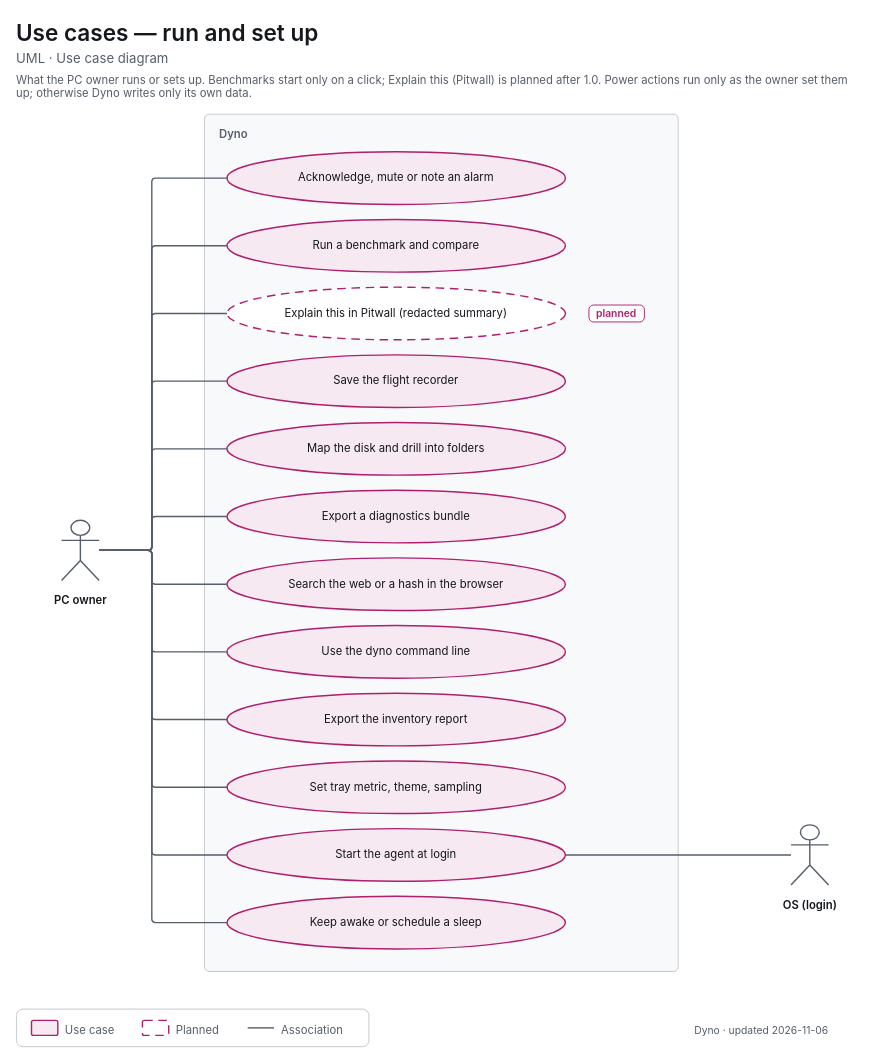
This is apps/dyno/diagrams/uml-use-cases-setup.drawio from decryp7/paddock, a draw.io file, before an edit. Source tidied: cells renumbered, new cells numbered last; positions are measured from the earlier drawing's top-left corner, leaving out a move shared by most shapes. Both pictures are drawn from the tidied source at 94%, with x=0, y=0 at pixel (16, 16).
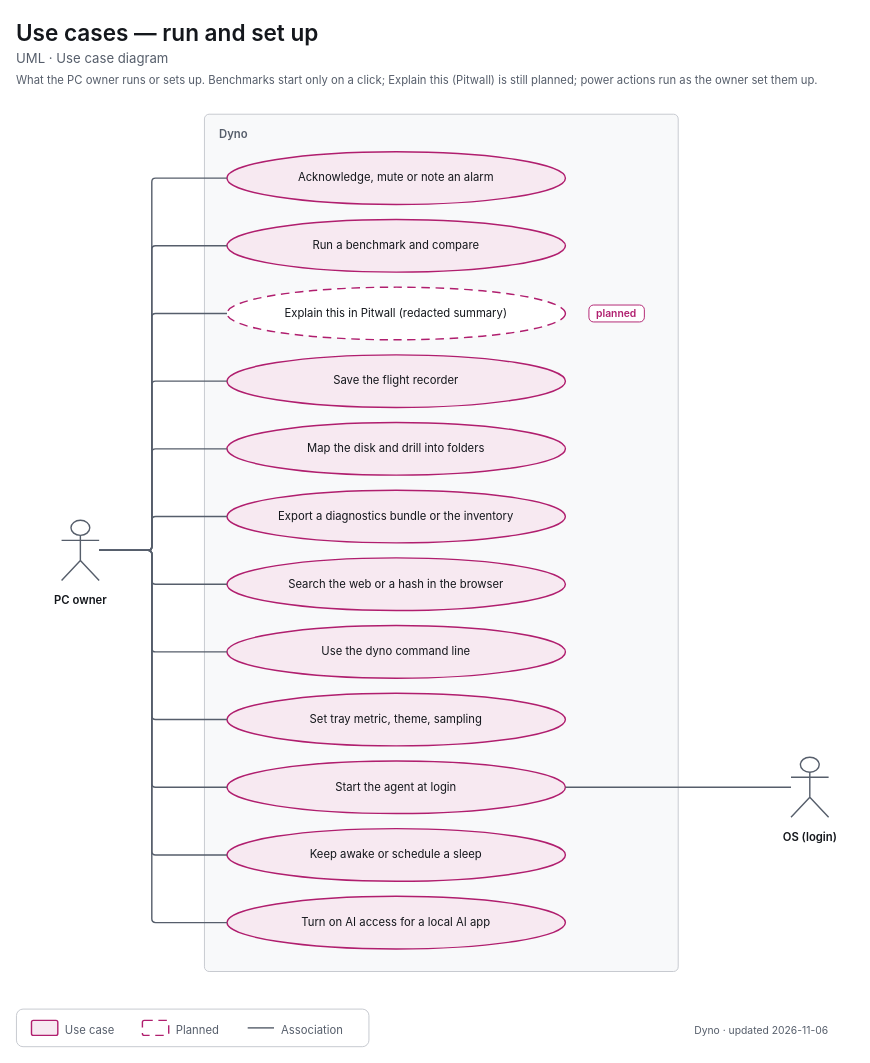
Above is the later version.

The edit, as a diff of the source:
```diff
@@
-    <mxCell id="4" value="&lt;span style=&quot;font-size:12px;font-weight:400&quot;&gt;What the PC owner runs or sets up. Benchmarks start only on a click; Explain this (Pitwall) is planned after 1.0. Power actions run only as the owner set them up; otherwise Dyno writes only its own data.&lt;/span&gt;" style="html=1;whiteSpace=wrap;fontFamily=-apple-system,BlinkMacSystemFont,Segoe UI,system-ui,sans-serif;fontSize=12;fontColor=light-dark(#14171C,#ECEEF1);text;strokeColor=none;fillColor=none;align=left;verticalAlign=top;spacing=0;fontColor=light-dark(#565E6B,#A0A7B2);" parent="1" vertex="1">
+    <mxCell id="4" value="&lt;span style=&quot;font-size:12px;font-weight:400&quot;&gt;What the PC owner runs or sets up. Benchmarks start only on a click; Explain this (Pitwall) is still planned; power actions run as the owner set them up.&lt;/span&gt;" style="html=1;whiteSpace=wrap;fontFamily=-apple-system,BlinkMacSystemFont,Segoe UI,system-ui,sans-serif;fontSize=12;fontColor=light-dark(#14171C,#ECEEF1);text;strokeColor=none;fillColor=none;align=left;verticalAlign=top;spacing=0;fontColor=light-dark(#565E6B,#A0A7B2);" parent="1" vertex="1">
       <mxGeometry y="56" width="888" height="20" as="geometry" />
     </mxCell>
@@
-    <mxCell id="12" value="&lt;span style=&quot;font-size:12px&quot;&gt;Export a diagnostics bundle&lt;/span&gt;" style="html=1;whiteSpace=wrap;fontFamily=-apple-system,BlinkMacSystemFont,Segoe UI,system-ui,sans-serif;fontSize=12;fontColor=light-dark(#14171C,#ECEEF1);ellipse;strokeWidth=1.5;strokeColor=light-dark(#B01E6E,#F063A8);fillColor=light-dark(#F7E9F1,#382332);align=center;verticalAlign=middle;spacingLeft=28;spacingRight=28;" parent="1" vertex="1">
+    <mxCell id="12" value="&lt;span style=&quot;font-size:12px&quot;&gt;Export a diagnostics bundle or the inventory&lt;/span&gt;" style="html=1;whiteSpace=wrap;fontFamily=-apple-system,BlinkMacSystemFont,Segoe UI,system-ui,sans-serif;fontSize=12;fontColor=light-dark(#14171C,#ECEEF1);ellipse;strokeWidth=1.5;strokeColor=light-dark(#B01E6E,#F063A8);fillColor=light-dark(#F7E9F1,#382332);align=center;verticalAlign=middle;spacingLeft=28;spacingRight=28;" parent="1" vertex="1">
       <mxGeometry x="224" y="504" width="360" height="56" as="geometry" />
     </mxCell>
@@
-    <mxCell id="15" value="&lt;span style=&quot;font-size:12px&quot;&gt;Export the inventory report&lt;/span&gt;" style="html=1;whiteSpace=wrap;fontFamily=-apple-system,BlinkMacSystemFont,Segoe UI,system-ui,sans-serif;fontSize=12;fontColor=light-dark(#14171C,#ECEEF1);ellipse;strokeWidth=1.5;strokeColor=light-dark(#B01E6E,#F063A8);fillColor=light-dark(#F7E9F1,#382332);align=center;verticalAlign=middle;spacingLeft=28;spacingRight=28;" parent="1" vertex="1">
+    <mxCell id="15" value="&lt;span style=&quot;font-size:12px&quot;&gt;Set tray metric, theme, sampling&lt;/span&gt;" style="html=1;whiteSpace=wrap;fontFamily=-apple-system,BlinkMacSystemFont,Segoe UI,system-ui,sans-serif;fontSize=12;fontColor=light-dark(#14171C,#ECEEF1);ellipse;strokeWidth=1.5;strokeColor=light-dark(#B01E6E,#F063A8);fillColor=light-dark(#F7E9F1,#382332);align=center;verticalAlign=middle;spacingLeft=28;spacingRight=28;" parent="1" vertex="1">
       <mxGeometry x="224" y="720" width="360" height="56" as="geometry" />
     </mxCell>
-    <mxCell id="16" value="&lt;span style=&quot;font-size:12px&quot;&gt;Set tray metric, theme, sampling&lt;/span&gt;" style="html=1;whiteSpace=wrap;fontFamily=-apple-system,BlinkMacSystemFont,Segoe UI,system-ui,sans-serif;fontSize=12;fontColor=light-dark(#14171C,#ECEEF1);ellipse;strokeWidth=1.5;strokeColor=light-dark(#B01E6E,#F063A8);fillColor=light-dark(#F7E9F1,#382332);align=center;verticalAlign=middle;spacingLeft=28;spacingRight=28;" parent="1" vertex="1">
+    <mxCell id="16" value="&lt;span style=&quot;font-size:12px&quot;&gt;Start the agent at login&lt;/span&gt;" style="html=1;whiteSpace=wrap;fontFamily=-apple-system,BlinkMacSystemFont,Segoe UI,system-ui,sans-serif;fontSize=12;fontColor=light-dark(#14171C,#ECEEF1);ellipse;strokeWidth=1.5;strokeColor=light-dark(#B01E6E,#F063A8);fillColor=light-dark(#F7E9F1,#382332);align=center;verticalAlign=middle;spacingLeft=28;spacingRight=28;" parent="1" vertex="1">
       <mxGeometry x="224" y="792" width="360" height="56" as="geometry" />
     </mxCell>
-    <mxCell id="17" value="&lt;span style=&quot;font-size:12px&quot;&gt;Start the agent at login&lt;/span&gt;" style="html=1;whiteSpace=wrap;fontFamily=-apple-system,BlinkMacSystemFont,Segoe UI,system-ui,sans-serif;fontSize=12;fontColor=light-dark(#14171C,#ECEEF1);ellipse;strokeWidth=1.5;strokeColor=light-dark(#B01E6E,#F063A8);fillColor=light-dark(#F7E9F1,#382332);align=center;verticalAlign=middle;spacingLeft=28;spacingRight=28;" parent="1" vertex="1">
+    <mxCell id="17" value="&lt;span style=&quot;font-size:12px&quot;&gt;Keep awake or schedule a sleep&lt;/span&gt;" style="html=1;whiteSpace=wrap;fontFamily=-apple-system,BlinkMacSystemFont,Segoe UI,system-ui,sans-serif;fontSize=12;fontColor=light-dark(#14171C,#ECEEF1);ellipse;strokeWidth=1.5;strokeColor=light-dark(#B01E6E,#F063A8);fillColor=light-dark(#F7E9F1,#382332);align=center;verticalAlign=middle;spacingLeft=28;spacingRight=28;" parent="1" vertex="1">
       <mxGeometry x="224" y="864" width="360" height="56" as="geometry" />
     </mxCell>
-    <mxCell id="18" value="&lt;span style=&quot;font-size:12px&quot;&gt;Keep awake or schedule a sleep&lt;/span&gt;" style="html=1;whiteSpace=wrap;fontFamily=-apple-system,BlinkMacSystemFont,Segoe UI,system-ui,sans-serif;fontSize=12;fontColor=light-dark(#14171C,#ECEEF1);ellipse;strokeWidth=1.5;strokeColor=light-dark(#B01E6E,#F063A8);fillColor=light-dark(#F7E9F1,#382332);align=center;verticalAlign=middle;spacingLeft=28;spacingRight=28;" parent="1" vertex="1">
+    <mxCell id="18" value="&lt;span style=&quot;font-size:12px&quot;&gt;Turn on AI access for a local AI app&lt;/span&gt;" style="html=1;whiteSpace=wrap;fontFamily=-apple-system,BlinkMacSystemFont,Segoe UI,system-ui,sans-serif;fontSize=12;fontColor=light-dark(#14171C,#ECEEF1);ellipse;strokeWidth=1.5;strokeColor=light-dark(#B01E6E,#F063A8);fillColor=light-dark(#F7E9F1,#382332);align=center;verticalAlign=middle;spacingLeft=28;spacingRight=28;" parent="1" vertex="1">
       <mxGeometry x="224" y="936" width="360" height="56" as="geometry" />
     </mxCell>
@@
     <mxCell id="32" value="&lt;span style=&quot;font-size:12px;font-weight:600&quot;&gt;OS (login)&lt;/span&gt;" style="html=1;whiteSpace=wrap;fontFamily=-apple-system,BlinkMacSystemFont,Segoe UI,system-ui,sans-serif;fontSize=12;fontColor=light-dark(#14171C,#ECEEF1);shape=umlActor;verticalLabelPosition=bottom;verticalAlign=top;spacingTop=8;strokeWidth=1.5;strokeColor=light-dark(#565E6B,#A0A7B2);fillColor=none;whiteSpace=nowrap;" parent="1" vertex="1">
-      <mxGeometry x="824" y="860" width="40" height="64" as="geometry" />
+      <mxGeometry x="824" y="788" width="40" height="64" as="geometry" />
     </mxCell>
-    <mxCell id="33" style="edgeStyle=orthogonalEdgeStyle;rounded=1;arcSize=8;jettySize=auto;html=1;strokeWidth=1.5;strokeColor=light-dark(#565E6B,#A0A7B2);endArrow=none;endFill=0;endSize=6;startArrow=none;startFill=0;startSize=8;exitX=0.0000;exitY=0.5000;exitDx=0;exitDy=0;exitPerimeter=0;entryX=1.0000;entryY=0.5000;entryDx=0;entryDy=0;entryPerimeter=0;" parent="1" edge="1" source="32" target="17">
+    <mxCell id="33" style="edgeStyle=orthogonalEdgeStyle;rounded=1;arcSize=8;jettySize=auto;html=1;strokeWidth=1.5;strokeColor=light-dark(#565E6B,#A0A7B2);endArrow=none;endFill=0;endSize=6;startArrow=none;startFill=0;startSize=8;exitX=0.0000;exitY=0.5000;exitDx=0;exitDy=0;exitPerimeter=0;entryX=1.0000;entryY=0.5000;entryDx=0;entryDy=0;entryPerimeter=0;" parent="1" edge="1" source="32" target="16">
       <mxGeometry relative="1" as="geometry" />
     </mxCell>
```
